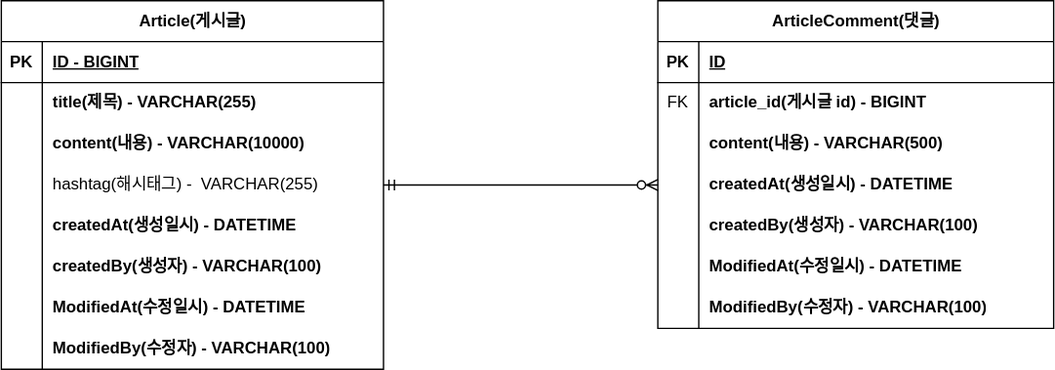
Kimminwoo02/Project-board keeps this draw.io diagram as document/Board-ERD.svg. Above is the earlier version. Source tidied: cells renumbered, new cells last; positions are measured from the earlier drawing's top-left corner, leaving out a move shared by most shapes.
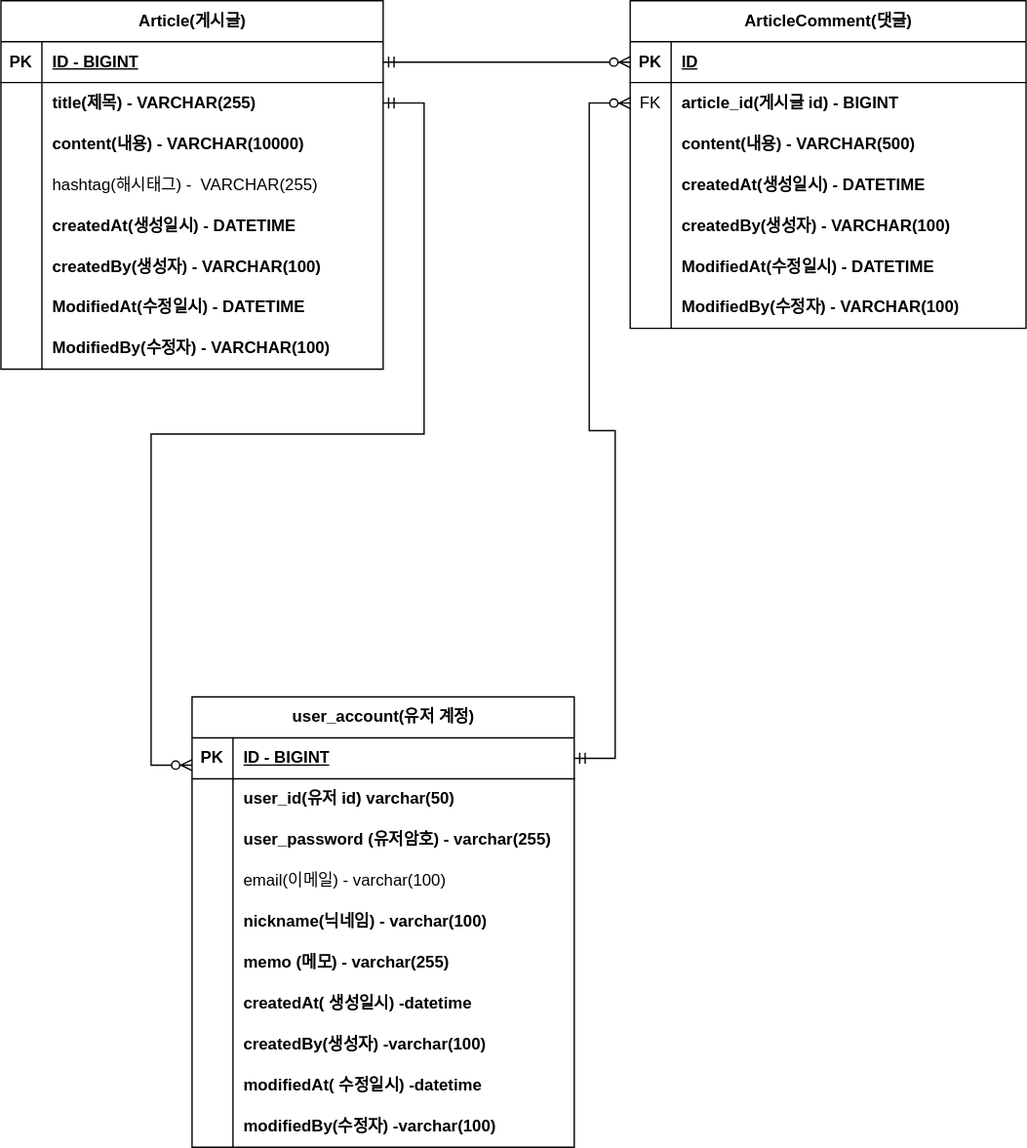
After the change.

The edit, as a diff of the source:
```diff
@@ -3,7 +3,7 @@
     <mxCell id="0" />
     <mxCell id="1" parent="0" />
     <mxCell id="2" value="Article(게시글)" style="shape=table;startSize=30;rowLines=0;fontStyle=1;align=center;html=1;" parent="1" vertex="1">
-      <mxGeometry width="280" height="270" as="geometry" />
+      <mxGeometry x="20" y="-10" width="280" height="270" as="geometry" />
     </mxCell>
     <mxCell id="3" style="shape=tableRow;horizontal=0;startSize=0;swimlaneHead=0;swimlaneBody=0;fillColor=none;points=[[0,0.5],[1,0.5]];portConstraint=eastwest;top=0;left=0;right=0;bottom=1;" parent="2" vertex="1">
       <mxGeometry y="30" width="280" height="30" as="geometry" />
@@ -78,7 +78,7 @@
       <mxGeometry x="30" width="250" height="30" as="geometry" />
     </mxCell>
     <mxCell id="27" value="ArticleComment(댓글)" style="shape=table;startSize=30;rowLines=0;fontStyle=1;align=center;html=1;" parent="1" vertex="1">
-      <mxGeometry x="481" width="290" height="240" as="geometry" />
+      <mxGeometry x="481" y="-10" width="290" height="240" as="geometry" />
     </mxCell>
     <mxCell id="28" style="shape=tableRow;horizontal=0;startSize=0;swimlaneHead=0;swimlaneBody=0;fillColor=none;points=[[0,0.5],[1,0.5]];portConstraint=eastwest;top=0;left=0;right=0;bottom=1;" parent="27" vertex="1">
       <mxGeometry y="30" width="290" height="30" as="geometry" />
@@ -143,8 +143,109 @@
     <mxCell id="48" value="ModifiedBy(수정자) - VARCHAR(100)" style="shape=partialRectangle;fillColor=none;top=0;left=0;bottom=0;right=0;align=left;spacingLeft=6;overflow=hidden;whiteSpace=wrap;html=1;fontStyle=1;" parent="46" vertex="1">
       <mxGeometry x="30" width="260" height="30" as="geometry" />
     </mxCell>
-    <mxCell id="49" style="edgeStyle=entityRelationEdgeStyle;fontSize=12;html=1;endArrow=ERzeroToMany;startArrow=ERmandOne;rounded=0;exitX=1;exitY=0.5;exitDx=0;exitDy=0;entryX=0;entryY=0.5;entryDx=0;entryDy=0;" parent="1" edge="1" source="12" target="37">
+    <mxCell id="49" style="edgeStyle=entityRelationEdgeStyle;fontSize=12;html=1;endArrow=ERzeroToMany;startArrow=ERmandOne;rounded=0;exitX=1;exitY=0.5;exitDx=0;exitDy=0;entryX=0;entryY=0.5;entryDx=0;entryDy=0;" parent="1" edge="1" source="3" target="28">
       <mxGeometry relative="1" as="geometry" />
     </mxCell>
+    <mxCell id="50" value="user_account(유저 계정)" style="shape=table;startSize=30;rowLines=0;fontStyle=1;align=center;html=1;" parent="1" vertex="1">
+      <mxGeometry x="160" y="500" width="280" height="330" as="geometry" />
+    </mxCell>
+    <mxCell id="51" style="shape=tableRow;horizontal=0;startSize=0;swimlaneHead=0;swimlaneBody=0;fillColor=none;points=[[0,0.5],[1,0.5]];portConstraint=eastwest;top=0;left=0;right=0;bottom=1;" parent="50" vertex="1">
+      <mxGeometry y="30" width="280" height="30" as="geometry" />
+    </mxCell>
+    <mxCell id="52" value="PK" style="shape=partialRectangle;fillColor=none;top=0;left=0;bottom=0;right=0;fontStyle=1;overflow=hidden;whiteSpace=wrap;html=1;" parent="51" vertex="1">
+      <mxGeometry width="30" height="30" as="geometry" />
+    </mxCell>
+    <mxCell id="53" value="ID - BIGINT" style="shape=partialRectangle;fillColor=none;top=0;left=0;bottom=0;right=0;align=left;spacingLeft=6;fontStyle=5;overflow=hidden;whiteSpace=wrap;html=1;" parent="51" vertex="1">
+      <mxGeometry x="30" width="250" height="30" as="geometry" />
+    </mxCell>
+    <mxCell id="54" style="shape=tableRow;horizontal=0;startSize=0;swimlaneHead=0;swimlaneBody=0;fillColor=none;top=0;left=0;right=0;bottom=0;" parent="50" vertex="1">
+      <mxGeometry y="60" width="280" height="30" as="geometry" />
+    </mxCell>
+    <mxCell id="55" style="shape=partialRectangle;fillColor=none;top=0;left=0;bottom=0;right=0;overflow=hidden;whiteSpace=wrap;html=1;" parent="54" vertex="1">
+      <mxGeometry width="30" height="30" as="geometry" />
+    </mxCell>
+    <mxCell id="56" value="user_id(유저 id) varchar(50)" style="shape=partialRectangle;fillColor=none;top=0;left=0;bottom=0;right=0;align=left;spacingLeft=6;overflow=hidden;whiteSpace=wrap;html=1;fontStyle=1;" parent="54" vertex="1">
+      <mxGeometry x="30" width="250" height="30" as="geometry" />
+    </mxCell>
+    <mxCell id="57" style="shape=tableRow;horizontal=0;startSize=0;swimlaneHead=0;swimlaneBody=0;fillColor=none;top=0;left=0;right=0;bottom=0;" parent="50" vertex="1">
+      <mxGeometry y="90" width="280" height="30" as="geometry" />
+    </mxCell>
+    <mxCell id="58" style="shape=partialRectangle;fillColor=none;top=0;left=0;bottom=0;right=0;overflow=hidden;whiteSpace=wrap;html=1;" parent="57" vertex="1">
+      <mxGeometry width="30" height="30" as="geometry" />
+    </mxCell>
+    <mxCell id="59" value="user_password (유저암호) - varchar(255)&lt;span style=&quot;white-space: pre;&quot;&gt;&#9;&lt;/span&gt;" style="shape=partialRectangle;fillColor=none;top=0;left=0;bottom=0;right=0;align=left;spacingLeft=6;overflow=hidden;whiteSpace=wrap;html=1;fontStyle=1;" parent="57" vertex="1">
+      <mxGeometry x="30" width="250" height="30" as="geometry" />
+    </mxCell>
+    <mxCell id="60" style="shape=tableRow;horizontal=0;startSize=0;swimlaneHead=0;swimlaneBody=0;fillColor=none;top=0;left=0;right=0;bottom=0;" parent="50" vertex="1">
+      <mxGeometry y="120" width="280" height="30" as="geometry" />
+    </mxCell>
+    <mxCell id="61" style="shape=partialRectangle;fillColor=none;top=0;left=0;bottom=0;right=0;overflow=hidden;whiteSpace=wrap;html=1;" parent="60" vertex="1">
+      <mxGeometry width="30" height="30" as="geometry" />
+    </mxCell>
+    <mxCell id="62" value="email(이메일) - varchar(100)" style="shape=partialRectangle;fillColor=none;top=0;left=0;bottom=0;right=0;align=left;spacingLeft=6;overflow=hidden;whiteSpace=wrap;html=1;" parent="60" vertex="1">
+      <mxGeometry x="30" width="250" height="30" as="geometry" />
+    </mxCell>
+    <mxCell id="63" style="shape=tableRow;horizontal=0;startSize=0;swimlaneHead=0;swimlaneBody=0;fillColor=none;top=0;left=0;right=0;bottom=0;" parent="50" vertex="1">
+      <mxGeometry y="150" width="280" height="30" as="geometry" />
+    </mxCell>
+    <mxCell id="64" style="shape=partialRectangle;fillColor=none;top=0;left=0;bottom=0;right=0;overflow=hidden;whiteSpace=wrap;html=1;" parent="63" vertex="1">
+      <mxGeometry width="30" height="30" as="geometry" />
+    </mxCell>
+    <mxCell id="65" value="nickname(닉네임) - varchar(100)" style="shape=partialRectangle;fillColor=none;top=0;left=0;bottom=0;right=0;align=left;spacingLeft=6;overflow=hidden;whiteSpace=wrap;html=1;fontStyle=1;" parent="63" vertex="1">
+      <mxGeometry x="30" width="250" height="30" as="geometry" />
+    </mxCell>
+    <mxCell id="66" style="shape=tableRow;horizontal=0;startSize=0;swimlaneHead=0;swimlaneBody=0;fillColor=none;top=0;left=0;right=0;bottom=0;" parent="50" vertex="1">
+      <mxGeometry y="180" width="280" height="30" as="geometry" />
+    </mxCell>
+    <mxCell id="67" style="shape=partialRectangle;fillColor=none;top=0;left=0;bottom=0;right=0;overflow=hidden;whiteSpace=wrap;html=1;" parent="66" vertex="1">
+      <mxGeometry width="30" height="30" as="geometry" />
+    </mxCell>
+    <mxCell id="68" value="memo (메모) - varchar(255)" style="shape=partialRectangle;fillColor=none;top=0;left=0;bottom=0;right=0;align=left;spacingLeft=6;overflow=hidden;whiteSpace=wrap;html=1;fontStyle=1;" parent="66" vertex="1">
+      <mxGeometry x="30" width="250" height="30" as="geometry" />
+    </mxCell>
+    <mxCell id="69" style="shape=tableRow;horizontal=0;startSize=0;swimlaneHead=0;swimlaneBody=0;fillColor=none;top=0;left=0;right=0;bottom=0;" parent="50" vertex="1">
+      <mxGeometry y="210" width="280" height="30" as="geometry" />
+    </mxCell>
+    <mxCell id="70" style="shape=partialRectangle;fillColor=none;top=0;left=0;bottom=0;right=0;overflow=hidden;whiteSpace=wrap;html=1;" parent="69" vertex="1">
+      <mxGeometry width="30" height="30" as="geometry" />
+    </mxCell>
+    <mxCell id="71" value="createdAt( 생성일시) -datetime" style="shape=partialRectangle;fillColor=none;top=0;left=0;bottom=0;right=0;align=left;spacingLeft=6;overflow=hidden;whiteSpace=wrap;html=1;fontStyle=1;" parent="69" vertex="1">
+      <mxGeometry x="30" width="250" height="30" as="geometry" />
+    </mxCell>
+    <mxCell id="72" style="shape=tableRow;horizontal=0;startSize=0;swimlaneHead=0;swimlaneBody=0;fillColor=none;top=0;left=0;right=0;bottom=0;" parent="50" vertex="1">
+      <mxGeometry y="240" width="280" height="30" as="geometry" />
+    </mxCell>
+    <mxCell id="73" style="shape=partialRectangle;fillColor=none;top=0;left=0;bottom=0;right=0;overflow=hidden;whiteSpace=wrap;html=1;" parent="72" vertex="1">
+      <mxGeometry width="30" height="30" as="geometry" />
+    </mxCell>
+    <mxCell id="74" value="createdBy(생성자) -varchar(100)" style="shape=partialRectangle;fillColor=none;top=0;left=0;bottom=0;right=0;align=left;spacingLeft=6;overflow=hidden;whiteSpace=wrap;html=1;fontStyle=1;" parent="72" vertex="1">
+      <mxGeometry x="30" width="250" height="30" as="geometry" />
+    </mxCell>
+    <mxCell id="75" style="shape=tableRow;horizontal=0;startSize=0;swimlaneHead=0;swimlaneBody=0;fillColor=none;top=0;left=0;right=0;bottom=0;" parent="50" vertex="1">
+      <mxGeometry y="270" width="280" height="30" as="geometry" />
+    </mxCell>
+    <mxCell id="76" style="shape=partialRectangle;fillColor=none;top=0;left=0;bottom=0;right=0;overflow=hidden;whiteSpace=wrap;html=1;" parent="75" vertex="1">
+      <mxGeometry width="30" height="30" as="geometry" />
+    </mxCell>
+    <mxCell id="77" value="modifiedAt( 수정일시) -datetime" style="shape=partialRectangle;fillColor=none;top=0;left=0;bottom=0;right=0;align=left;spacingLeft=6;overflow=hidden;whiteSpace=wrap;html=1;fontStyle=1;" parent="75" vertex="1">
+      <mxGeometry x="30" width="250" height="30" as="geometry" />
+    </mxCell>
+    <mxCell id="78" style="shape=tableRow;horizontal=0;startSize=0;swimlaneHead=0;swimlaneBody=0;fillColor=none;top=0;left=0;right=0;bottom=0;" parent="50" vertex="1">
+      <mxGeometry y="300" width="280" height="30" as="geometry" />
+    </mxCell>
+    <mxCell id="79" style="shape=partialRectangle;fillColor=none;top=0;left=0;bottom=0;right=0;overflow=hidden;whiteSpace=wrap;html=1;" parent="78" vertex="1">
+      <mxGeometry width="30" height="30" as="geometry" />
+    </mxCell>
+    <mxCell id="80" value="modifiedBy(수정자) -varchar(100)" style="shape=partialRectangle;fillColor=none;top=0;left=0;bottom=0;right=0;align=left;spacingLeft=6;overflow=hidden;whiteSpace=wrap;html=1;fontStyle=1;" parent="78" vertex="1">
+      <mxGeometry x="30" width="250" height="30" as="geometry" />
+    </mxCell>
+    <mxCell id="81" style="edgeStyle=entityRelationEdgeStyle;fontSize=12;html=1;endArrow=ERzeroToMany;startArrow=ERmandOne;rounded=0;exitX=1;exitY=0.5;exitDx=0;exitDy=0;entryX=0;entryY=0.5;entryDx=0;entryDy=0;" parent="1" edge="1" source="51" target="31">
+      <mxGeometry relative="1" as="geometry" />
+    </mxCell>
+    <mxCell id="82" style="edgeStyle=entityRelationEdgeStyle;fontSize=12;html=1;endArrow=ERzeroToMany;startArrow=ERmandOne;rounded=0;exitX=1;exitY=0.5;exitDx=0;exitDy=0;" parent="1" edge="1" source="6">
+      <mxGeometry relative="1" as="geometry">
+        <mxPoint x="160" y="550" as="targetPoint" />
+      </mxGeometry>
+    </mxCell>
   </root>
 </mxGraphModel>
```
